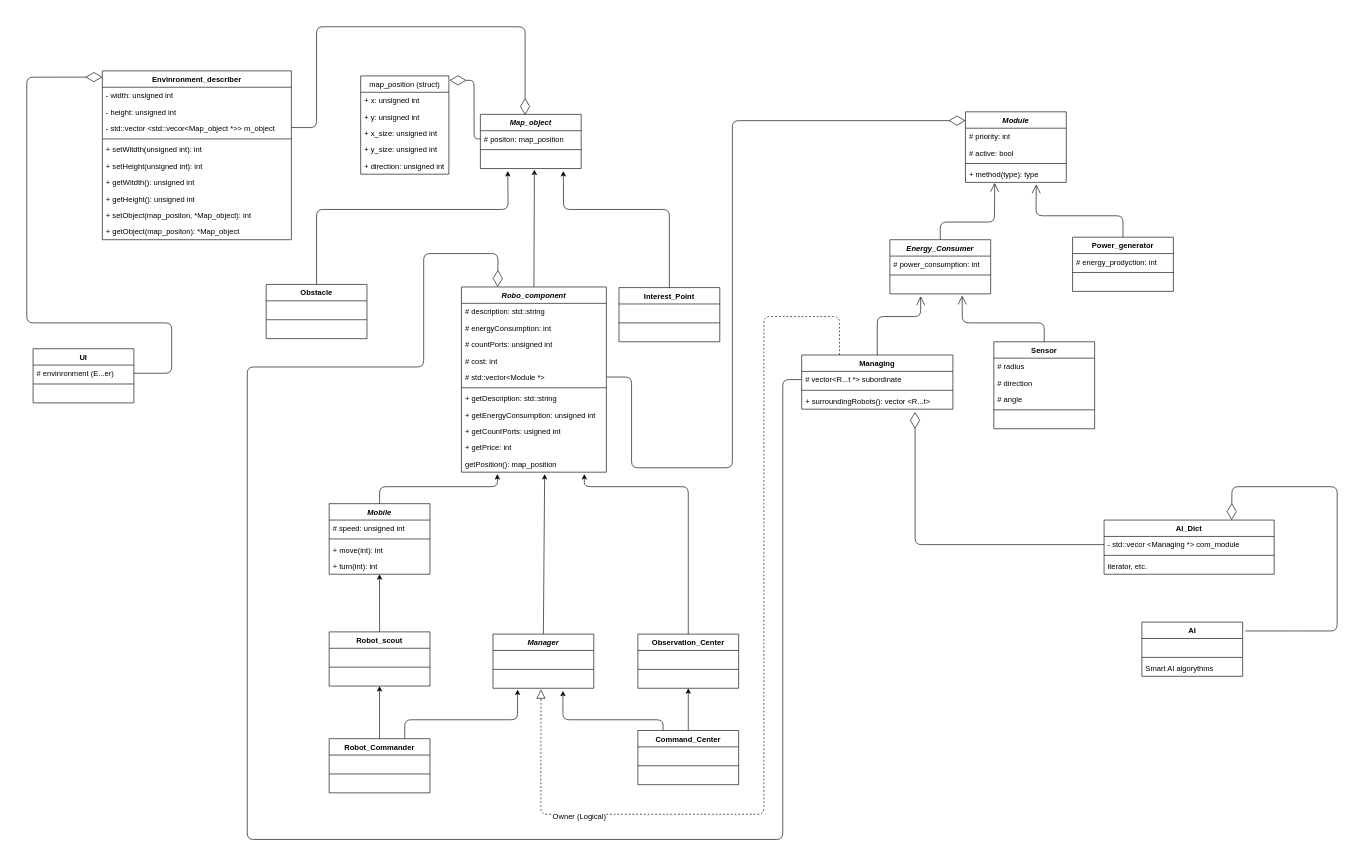
Before: etc/diagram.drawio in manturovDan/Mobile-Robots, a draw.io diagram. Source tidied: cells renumbered, new cells numbered last; positions are measured from the earlier drawing's top-left corner, leaving out a move shared by most shapes. Both pictures are drawn from the tidied source at 63%, with x=0, y=0 at pixel (26, 26).
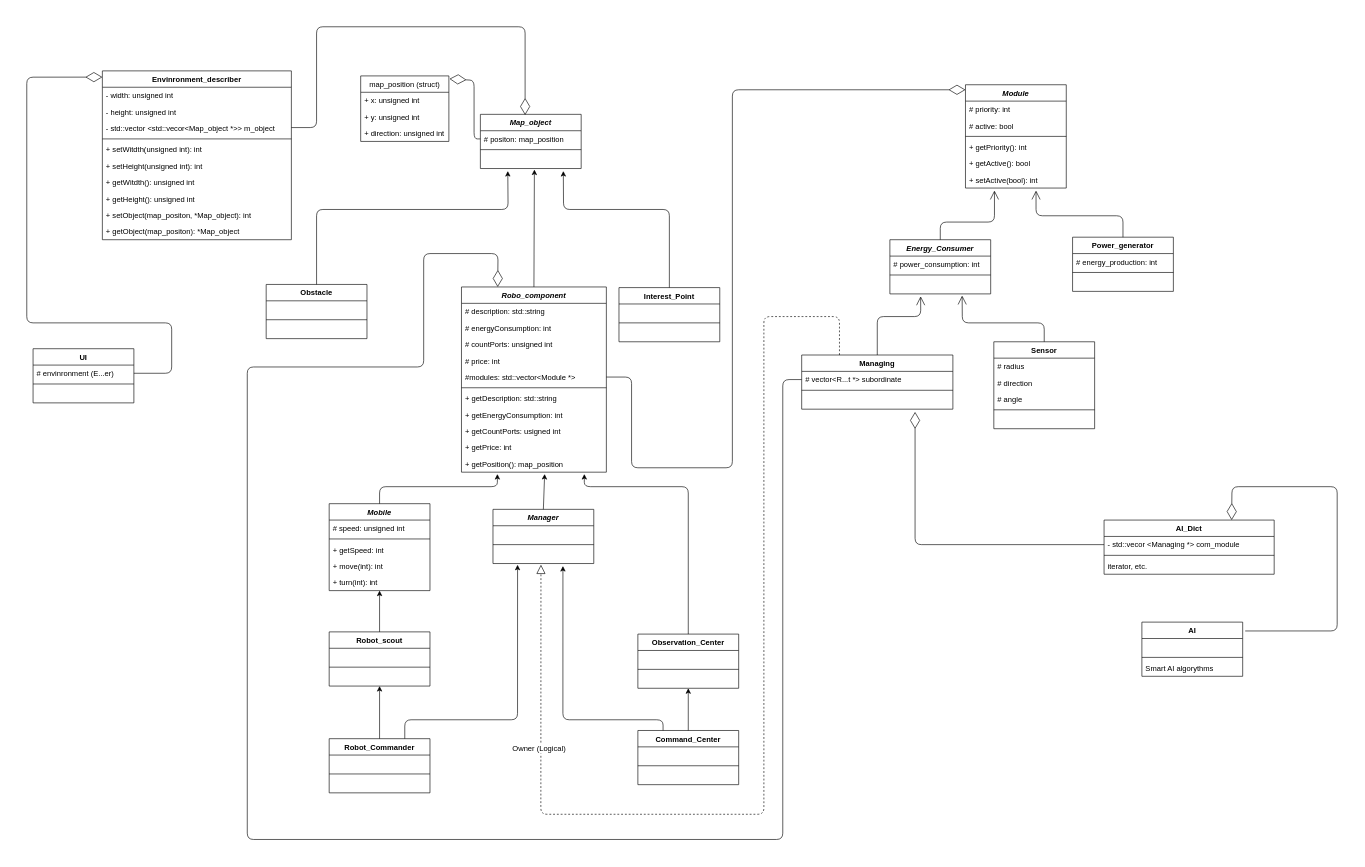
After the change.

Unchanged cells that the change refers to:
```xml
<mxCell id="27" value="Robo_component" style="swimlane;fontStyle=3;align=center;verticalAlign=top;horizontal=1;startSize=26;" parent="1" vertex="1">
  <mxGeometry x="690" y="413" width="230" height="294" as="geometry" />
</mxCell>
<mxCell id="57" value="Managing" style="swimlane;fontStyle=1;align=center;verticalAlign=top;horizontal=1;startSize=26;" parent="1" vertex="1">
  <mxGeometry x="1230" y="521" width="240" height="86" as="geometry" />
</mxCell>
<mxCell id="61" value="Power_generator" style="swimlane;fontStyle=1;align=center;verticalAlign=top;horizontal=1;startSize=26;" parent="1" vertex="1">
  <mxGeometry x="1660" y="334" width="160" height="86" as="geometry" />
</mxCell>
<mxCell id="112" value="Energy_Consumer" style="swimlane;fontStyle=3;align=center;verticalAlign=top;horizontal=1;startSize=26;" parent="1" vertex="1">
  <mxGeometry x="1370" y="338" width="160" height="86" as="geometry" />
</mxCell>
```

What changed in the source:
```diff
@@
     <mxCell id="17" value="map_position (struct)" style="swimlane;fontStyle=0;horizontal=1;startSize=26;fillColor=none;" parent="1" vertex="1">
-      <mxGeometry x="530" y="78" width="140" height="156" as="geometry" />
+      <mxGeometry x="530" y="78" width="140" height="104" as="geometry" />
     </mxCell>
@@
-    <mxCell id="20" value="+ x_size: unsigned int" style="text;strokeColor=none;fillColor=none;align=left;verticalAlign=top;spacingLeft=4;spacingRight=4;overflow=hidden;" parent="17" vertex="1">
-      <mxGeometry y="78" width="140" height="26" as="geometry" />
-    </mxCell>
-    <mxCell id="21" value="+ y_size: unsigned int" style="text;strokeColor=none;fillColor=none;align=left;verticalAlign=top;spacingLeft=4;spacingRight=4;overflow=hidden;" parent="17" vertex="1">
-      <mxGeometry y="104" width="140" height="26" as="geometry" />
-    </mxCell>
     <mxCell id="22" value="+ direction: unsigned int" style="text;strokeColor=none;fillColor=none;align=left;verticalAlign=top;spacingLeft=4;spacingRight=4;overflow=hidden;" parent="17" vertex="1">
-      <mxGeometry y="130" width="140" height="26" as="geometry" />
+      <mxGeometry y="78" width="140" height="26" as="geometry" />
     </mxCell>
@@
-    <mxCell id="31" value="# cost: int" style="text;strokeColor=none;fillColor=none;align=left;verticalAlign=top;spacingLeft=4;spacingRight=4;overflow=hidden;" parent="27" vertex="1">
+    <mxCell id="31" value="# price: int" style="text;strokeColor=none;fillColor=none;align=left;verticalAlign=top;spacingLeft=4;spacingRight=4;overflow=hidden;" parent="27" vertex="1">
       <mxGeometry y="104" width="230" height="26" as="geometry" />
     </mxCell>
-    <mxCell id="32" value="# std::vector&lt;Module *&gt;" style="text;strokeColor=none;fillColor=none;align=left;verticalAlign=top;spacingLeft=4;spacingRight=4;overflow=hidden;points=[[0,0.5],[1,0.5]];portConstraint=eastwest;" parent="27" vertex="1">
+    <mxCell id="32" value="#modules: std::vector&lt;Module *&gt;" style="text;strokeColor=none;fillColor=none;align=left;verticalAlign=top;spacingLeft=4;spacingRight=4;overflow=hidden;points=[[0,0.5],[1,0.5]];portConstraint=eastwest;" parent="27" vertex="1">
       <mxGeometry y="130" width="230" height="26" as="geometry" />
     </mxCell>
@@
-    <mxCell id="35" value="+ getEnergyConsumption: unsigned int" style="text;strokeColor=none;fillColor=none;align=left;verticalAlign=top;spacingLeft=4;spacingRight=4;overflow=hidden;" parent="27" vertex="1">
+    <mxCell id="35" value="+ getEnergyConsumption: int" style="text;strokeColor=none;fillColor=none;align=left;verticalAlign=top;spacingLeft=4;spacingRight=4;overflow=hidden;" parent="27" vertex="1">
       <mxGeometry y="190" width="230" height="26" as="geometry" />
     </mxCell>
@@
-    <mxCell id="38" value="getPosition(): map_position" style="text;strokeColor=none;fillColor=none;align=left;verticalAlign=top;spacingLeft=4;spacingRight=4;overflow=hidden;" parent="27" vertex="1">
+    <mxCell id="38" value="+ getPosition(): map_position" style="text;strokeColor=none;fillColor=none;align=left;verticalAlign=top;spacingLeft=4;spacingRight=4;overflow=hidden;" parent="27" vertex="1">
       <mxGeometry y="268" width="230" height="26" as="geometry" />
     </mxCell>
@@
     <mxCell id="43" value="Mobile" style="swimlane;fontStyle=3;align=center;verticalAlign=top;horizontal=1;startSize=26;" parent="1" vertex="1">
-      <mxGeometry x="480" y="757" width="160" height="112" as="geometry" />
+      <mxGeometry x="480" y="757" width="160" height="138" as="geometry" />
     </mxCell>
@@
+    <mxCell id="127" value="+ getSpeed: int" style="text;strokeColor=none;fillColor=none;align=left;verticalAlign=top;spacingLeft=4;spacingRight=4;overflow=hidden;" parent="43" vertex="1">
+      <mxGeometry y="60" width="160" height="26" as="geometry" />
+    </mxCell>
     <mxCell id="46" value="+ move(int): int" style="text;strokeColor=none;fillColor=none;align=left;verticalAlign=top;spacingLeft=4;spacingRight=4;overflow=hidden;" parent="43" vertex="1">
-      <mxGeometry y="60" width="160" height="26" as="geometry" />
+      <mxGeometry y="86" width="160" height="26" as="geometry" />
     </mxCell>
     <mxCell id="47" value="+ turn(int): int" style="text;strokeColor=none;fillColor=none;align=left;verticalAlign=top;spacingLeft=4;spacingRight=4;overflow=hidden;points=[[0,0.5],[1,0.5]];portConstraint=eastwest;" parent="43" vertex="1">
-      <mxGeometry y="86" width="160" height="26" as="geometry" />
+      <mxGeometry y="112" width="160" height="26" as="geometry" />
     </mxCell>
     <mxCell id="48" value="Manager" style="swimlane;fontStyle=3;align=center;verticalAlign=top;horizontal=1;startSize=26;" parent="1" vertex="1">
-      <mxGeometry x="740" y="964" width="160" height="86" as="geometry" />
+      <mxGeometry x="740" y="766" width="160" height="86" as="geometry" />
     </mxCell>
@@
     <mxCell id="52" value="Module" style="swimlane;fontStyle=3;align=center;verticalAlign=top;horizontal=1;startSize=26;" parent="1" vertex="1">
-      <mxGeometry x="1490" y="135" width="160" height="112" as="geometry" />
+      <mxGeometry x="1490" y="92" width="160" height="164" as="geometry" />
     </mxCell>
@@
-    <mxCell id="56" value="+ method(type): type" style="text;strokeColor=none;fillColor=none;align=left;verticalAlign=top;spacingLeft=4;spacingRight=4;overflow=hidden;points=[[0,0.5],[1,0.5]];portConstraint=eastwest;" parent="52" vertex="1">
+    <mxCell id="56" value="+ getPriority(): int" style="text;strokeColor=none;fillColor=none;align=left;verticalAlign=top;spacingLeft=4;spacingRight=4;overflow=hidden;points=[[0,0.5],[1,0.5]];portConstraint=eastwest;" parent="52" vertex="1">
       <mxGeometry y="86" width="160" height="26" as="geometry" />
     </mxCell>
+    <mxCell id="128" value="+ getActive(): bool" style="text;strokeColor=none;fillColor=none;align=left;verticalAlign=top;spacingLeft=4;spacingRight=4;overflow=hidden;" parent="52" vertex="1">
+      <mxGeometry y="112" width="160" height="26" as="geometry" />
+    </mxCell>
+    <mxCell id="129" value="+ setActive(bool): int" style="text;strokeColor=none;fillColor=none;align=left;verticalAlign=top;spacingLeft=4;spacingRight=4;overflow=hidden;" parent="52" vertex="1">
+      <mxGeometry y="138" width="160" height="26" as="geometry" />
+    </mxCell>
@@
-    <mxCell id="60" value="+ surroundingRobots(): vector &lt;R...t&gt;" style="text;strokeColor=none;fillColor=none;align=left;verticalAlign=top;spacingLeft=4;spacingRight=4;overflow=hidden;points=[[0,0.5],[1,0.5]];portConstraint=eastwest;" parent="57" vertex="1">
+    <mxCell id="60" value=" " style="text;strokeColor=none;fillColor=none;align=left;verticalAlign=top;spacingLeft=4;spacingRight=4;overflow=hidden;points=[[0,0.5],[1,0.5]];portConstraint=eastwest;" parent="57" vertex="1">
       <mxGeometry y="60" width="240" height="26" as="geometry" />
     </mxCell>
@@
-    <mxCell id="62" value="# energy_prodyction: int" style="text;strokeColor=none;fillColor=none;align=left;verticalAlign=top;spacingLeft=4;spacingRight=4;overflow=hidden;" parent="61" vertex="1">
+    <mxCell id="62" value="# energy_production: int" style="text;strokeColor=none;fillColor=none;align=left;verticalAlign=top;spacingLeft=4;spacingRight=4;overflow=hidden;" parent="61" vertex="1">
       <mxGeometry y="26" width="160" height="26" as="geometry" />
     </mxCell>
@@
-    <mxCell id="71" style="endArrow=diamondThin;endFill=0;endSize=24;html=1;exitX=1;exitY=0.5;exitDx=0;exitDy=0;" parent="1" edge="1" source="32">
+    <mxCell id="71" style="endArrow=diamondThin;endFill=0;endSize=24;html=1;exitX=1;exitY=0.5;exitDx=0;exitDy=0;entryX=0;entryY=0.049;entryDx=0;entryDy=0;entryPerimeter=0;" parent="1" edge="1" source="32" target="52">
       <mxGeometry relative="1" as="geometry">
-        <mxPoint x="1490" y="149" as="targetPoint" />
         <Array as="points">
           <mxPoint x="960" y="556" />
           <mxPoint x="960" y="700" />
           <mxPoint x="1120" y="700" />
-          <mxPoint x="1120" y="149" />
+          <mxPoint x="1120" y="100" />
         </Array>
       </mxGeometry>
     </mxCell>
@@
-    <mxCell id="118" style="endArrow=open;endFill=1;endSize=12;html=1;exitX=0.5;exitY=0;exitDx=0;exitDy=0;entryX=0.29;entryY=1.034;entryDx=0;entryDy=0;entryPerimeter=0;" parent="1" edge="1" source="112" target="56">
+    <mxCell id="118" style="endArrow=open;endFill=1;endSize=12;html=1;exitX=0.5;exitY=0;exitDx=0;exitDy=0;" parent="1" edge="1" source="112">
       <mxGeometry relative="1" as="geometry">
+        <mxPoint x="1536" y="260" as="targetPoint" />
         <Array as="points">
           <mxPoint x="1450" y="310" />
           <mxPoint x="1536" y="310" />
         </Array>
       </mxGeometry>
     </mxCell>
-    <mxCell id="119" style="endArrow=open;endFill=1;endSize=12;html=1;exitX=0.5;exitY=0;exitDx=0;exitDy=0;entryX=0.702;entryY=1.124;entryDx=0;entryDy=0;entryPerimeter=0;" parent="1" edge="1" source="61" target="56">
+    <mxCell id="119" style="endArrow=open;endFill=1;endSize=12;html=1;exitX=0.5;exitY=0;exitDx=0;exitDy=0;" parent="1" edge="1" source="61">
       <mxGeometry relative="1" as="geometry">
+        <mxPoint x="1602" y="260" as="targetPoint" />
         <Array as="points">
           <mxPoint x="1740" y="300" />
           <mxPoint x="1602" y="300" />
         </Array>
       </mxGeometry>
     </mxCell>
```
